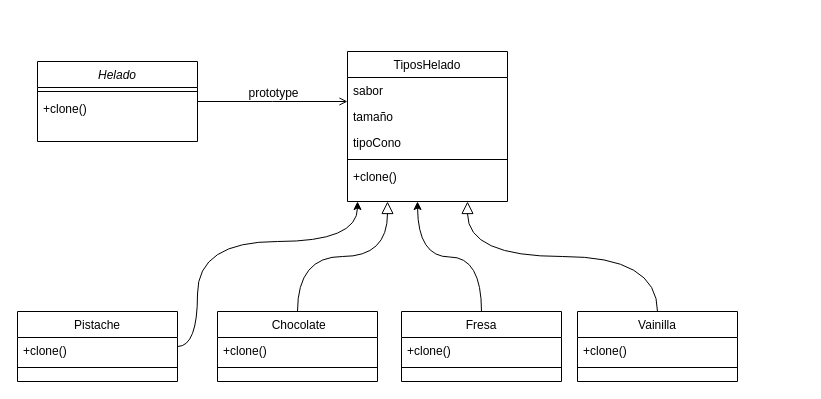
Above: Diagrama sin título.drawio in Cristian-CruzP/BAZ_COURSE (draw.io), before the change. Source tidied: cells renumbered, new cells numbered last; positions are measured from the earlier drawing's top-left corner, leaving out a move shared by most shapes. Both pictures are drawn from the tidied source at 100%, with x=0, y=0 at pixel (17, 51).
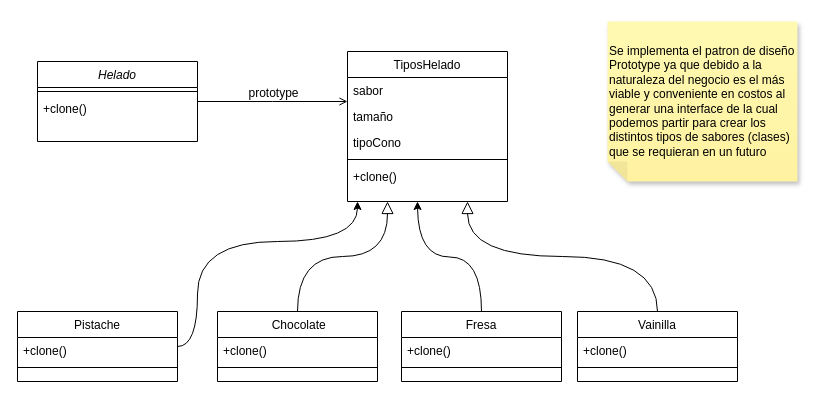
After the change.

What changed in the source:
```diff
@@
+    <mxCell id="29" value="Se implementa el patron de diseño Prototype ya que debido a la naturaleza del negocio es el más viable y conveniente en costos al generar una interface de la cual podemos partir para crear los distintos tipos de sabores (clases) que se requieran en un futuro" style="shape=note;whiteSpace=wrap;html=1;backgroundOutline=1;fontColor=#000000;darkOpacity=0.05;fillColor=#FFF9B2;strokeColor=none;fillStyle=solid;direction=west;gradientDirection=north;gradientColor=#FFF2A1;shadow=1;size=20;align=left;" parent="1" vertex="1">
+      <mxGeometry x="590" y="-30" width="190" height="160" as="geometry" />
+    </mxCell>
```
